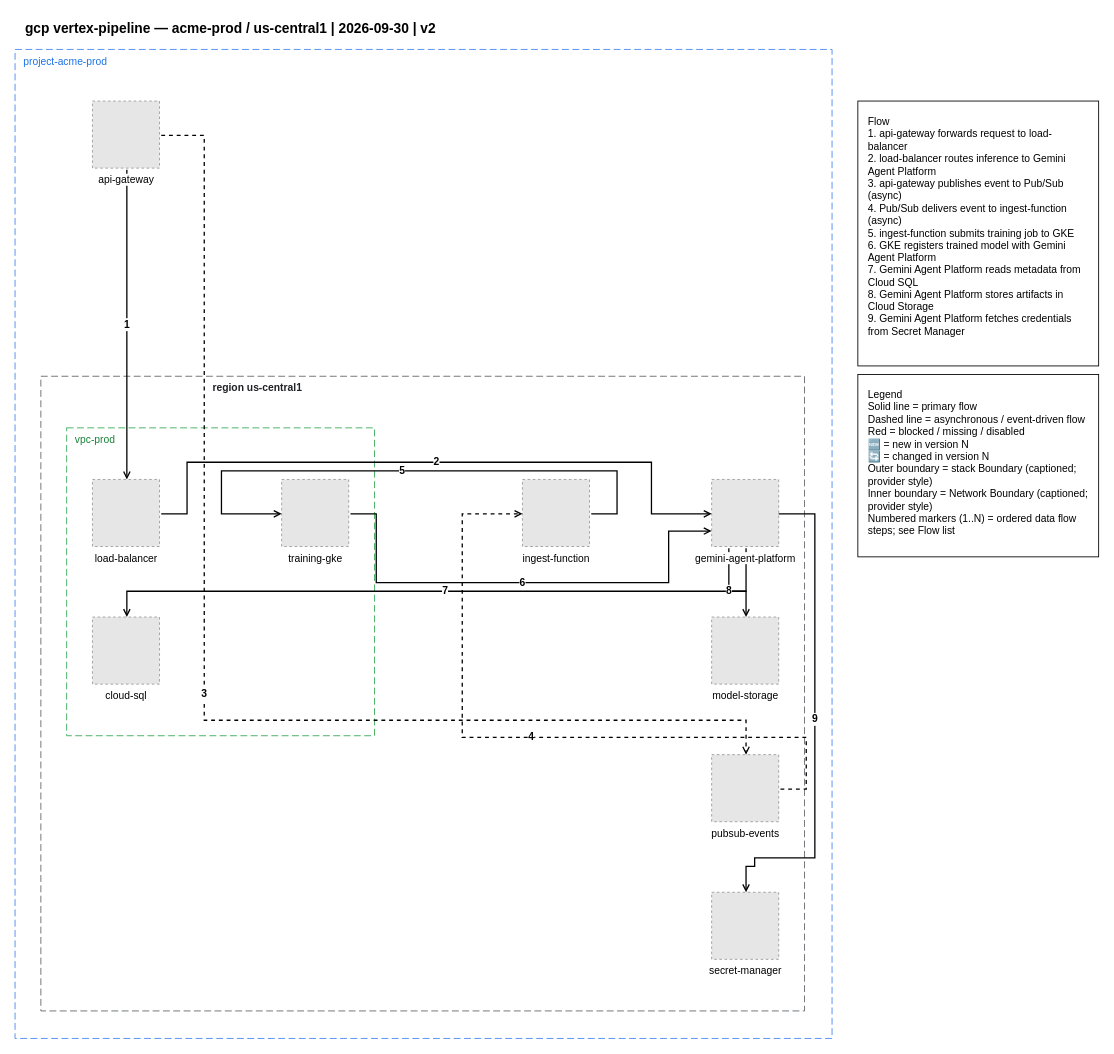
This is examples/gcp/01-gcp-vertex-pipeline.drawio from totoshko88/Cloud_Architecture, a draw.io file, before an edit. Source tidied: cells renumbered, new cells numbered last; positions are measured from the earlier drawing's top-left corner, leaving out a move shared by most shapes. Both pictures are drawn from the tidied source at 86%, with x=0, y=0 at pixel (15, 15). Pictures stored in the file or linked from it are replaced by grey dashed boxes.
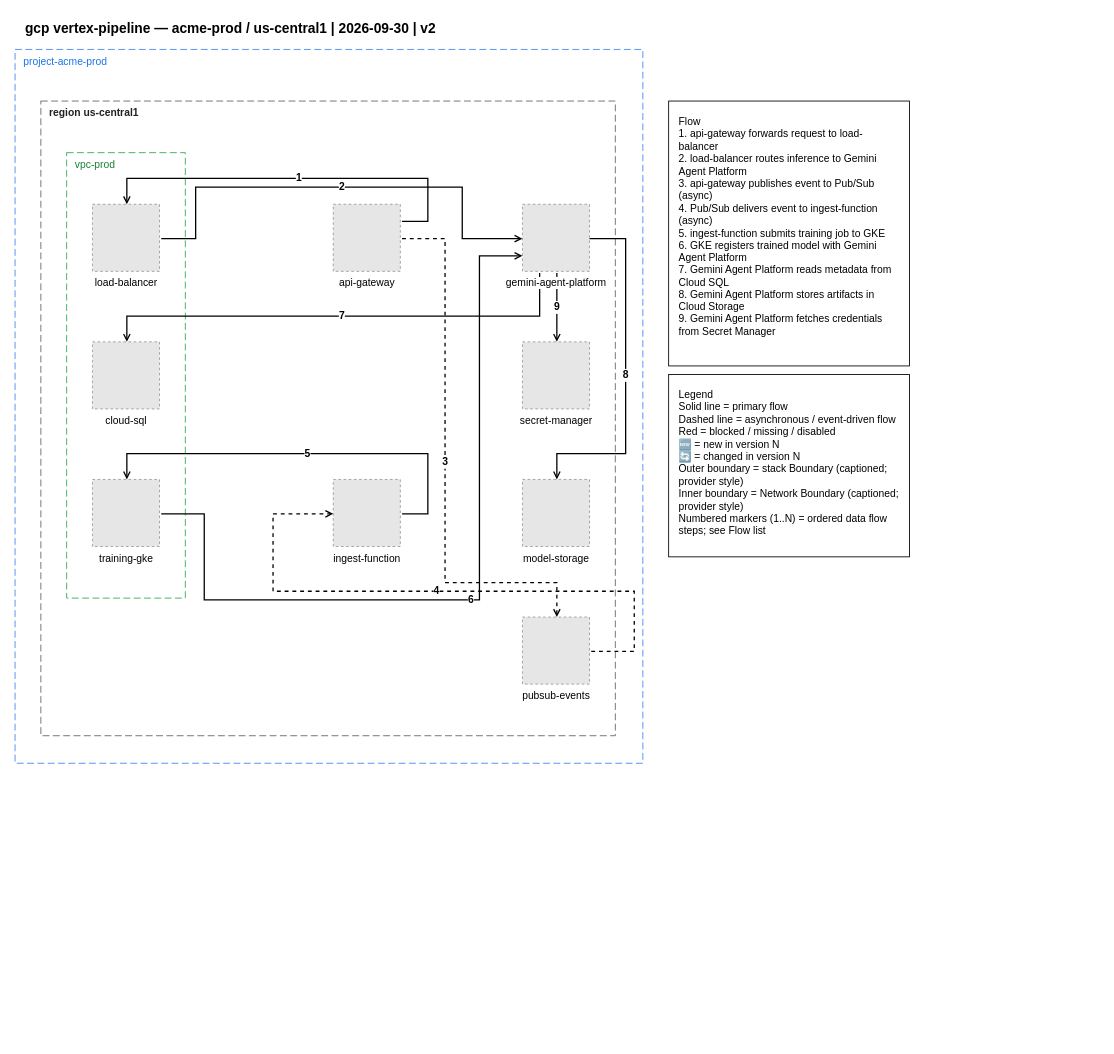
Above is the later version.

Change to the diagram source:
```diff
@@
     <mxCell id="3" value="project-acme-prod" style="rounded=0;whiteSpace=wrap;html=1;dashed=1;dashPattern=8 4;strokeColor=#4285F4;fillColor=none;verticalAlign=top;align=left;spacingLeft=8;fontColor=#1A73E8;fontSize=12;" parent="1" vertex="1">
-      <mxGeometry y="40" width="950" height="1150" as="geometry" />
+      <mxGeometry y="40" width="730" height="830" as="geometry" />
     </mxCell>
-    <mxCell id="4" value="region us-central1" style="rounded=0;whiteSpace=wrap;html=1;dashed=1;dashPattern=8 4;strokeColor=#5F6368;fillColor=none;verticalAlign=top;fontColor=#202124;fontStyle=1;fontSize=12;align=left;spacingLeft=198;" parent="1" vertex="1">
-      <mxGeometry x="30" y="420" width="888" height="738" as="geometry" />
+    <mxCell id="4" value="region us-central1" style="rounded=0;whiteSpace=wrap;html=1;dashed=1;dashPattern=8 4;strokeColor=#5F6368;fillColor=none;verticalAlign=top;align=left;spacingLeft=8;fontColor=#202124;fontStyle=1;fontSize=12;" parent="1" vertex="1">
+      <mxGeometry x="30" y="100" width="668" height="738" as="geometry" />
     </mxCell>
     <mxCell id="5" value="vpc-prod" style="rounded=0;whiteSpace=wrap;html=1;dashed=1;dashPattern=8 4;strokeColor=#34A853;fillColor=none;verticalAlign=top;align=left;spacingLeft=8;fontColor=#188038;fontSize=12;" parent="1" vertex="1">
-      <mxGeometry x="60" y="480" width="358" height="358" as="geometry" />
+      <mxGeometry x="60" y="160" width="138" height="518" as="geometry" />
     </mxCell>
-    <mxCell id="6" value="1" style="edgeStyle=orthogonalEdgeStyle;rounded=0;html=1;endArrow=open;endFill=0;strokeWidth=1.5;exitX=0.5128205128205128;exitY=1.0256410256410255;exitDx=0;exitDy=0;exitPerimeter=0;entryX=0.5128205128205128;entryY=0.0;entryDx=0;entryDy=0;fontSize=12;fontStyle=1;" parent="1" edge="1" source="9" target="10">
-      <mxGeometry relative="1" as="geometry" />
-    </mxCell>
-    <mxCell id="7" value="7" style="edgeStyle=orthogonalEdgeStyle;rounded=0;html=1;endArrow=open;endFill=0;strokeWidth=1.5;exitX=0.5128205128205128;exitY=1.0256410256410255;exitDx=0;exitDy=0;exitPerimeter=0;entryX=0.5128205128205128;entryY=0.0;entryDx=0;entryDy=0;fontSize=12;fontStyle=1;" parent="1" edge="1" source="15" target="12">
+    <mxCell id="7" value="7" style="edgeStyle=orthogonalEdgeStyle;rounded=0;html=1;endArrow=open;endFill=0;strokeWidth=1.5;exitX=0.2564102564102564;exitY=1.0256410256410255;exitDx=0;exitDy=0;exitPerimeter=0;entryX=0.5128205128205128;entryY=0.0;entryDx=0;entryDy=0;fontSize=12;fontStyle=1;" parent="1" edge="1" source="15" target="12">
       <mxGeometry relative="1" as="geometry">
         <Array as="points">
-          <mxPoint x="850" y="670" />
-          <mxPoint x="130" y="670" />
+          <mxPoint x="610" y="350" />
+          <mxPoint x="130" y="350" />
         </Array>
       </mxGeometry>
     </mxCell>
-    <mxCell id="8" value="8" style="edgeStyle=orthogonalEdgeStyle;rounded=0;html=1;endArrow=open;endFill=0;strokeWidth=1.5;exitX=0.2564102564102564;exitY=1.0256410256410255;exitDx=0;exitDy=0;exitPerimeter=0;entryX=0.5128205128205128;entryY=0.0;entryDx=0;entryDy=0;fontSize=12;fontStyle=1;" parent="1" edge="1" source="15" target="17">
-      <mxGeometry relative="1" as="geometry">
-        <Array as="points">
-          <mxPoint x="830" y="670" />
-          <mxPoint x="850" y="670" />
-        </Array>
-      </mxGeometry>
-    </mxCell>
+    <mxCell id="23" value="9" style="edgeStyle=orthogonalEdgeStyle;rounded=0;html=1;endArrow=open;endFill=0;strokeWidth=1.5;exitX=0.5128205128205128;exitY=1.0256410256410255;exitDx=0;exitDy=0;exitPerimeter=0;entryX=0.5128205128205128;entryY=0.0;entryDx=0;entryDy=0;fontSize=12;fontStyle=1;" parent="1" edge="1" source="15" target="16">
+      <mxGeometry relative="1" as="geometry" />
+    </mxCell>
-    <mxCell id="9" value="api-gateway" style="fillColor=#E6E6E6;strokeColor=#999999;dashed=1;verticalLabelPosition=bottom;verticalAlign=top;html=1;align=center;fontSize=12;labelBackgroundColor=#FFFFFF;" parent="1" vertex="1">
-      <mxGeometry x="90" y="100" width="78" height="78" as="geometry" />
+    <mxCell id="9" value="api-gateway" style="fillColor=#E6E6E6;strokeColor=#999999;dashed=1;verticalLabelPosition=bottom;verticalAlign=top;html=1;align=center;fontSize=12;" parent="1" vertex="1">
+      <mxGeometry x="370" y="220" width="78" height="78" as="geometry" />
     </mxCell>
     <mxCell id="10" value="load-balancer" style="fillColor=#E6E6E6;strokeColor=#999999;dashed=1;verticalLabelPosition=bottom;verticalAlign=top;html=1;align=center;fontSize=12;" parent="1" vertex="1">
-      <mxGeometry x="90" y="540" width="78" height="78" as="geometry" />
+      <mxGeometry x="90" y="220" width="78" height="78" as="geometry" />
     </mxCell>
     <mxCell id="11" value="training-gke" style="fillColor=#E6E6E6;strokeColor=#999999;dashed=1;verticalLabelPosition=bottom;verticalAlign=top;html=1;align=center;fontSize=12;" parent="1" vertex="1">
-      <mxGeometry x="310" y="540" width="78" height="78" as="geometry" />
+      <mxGeometry x="90" y="540" width="78" height="78" as="geometry" />
     </mxCell>
     <mxCell id="12" value="cloud-sql" style="fillColor=#E6E6E6;strokeColor=#999999;dashed=1;verticalLabelPosition=bottom;verticalAlign=top;html=1;align=center;fontSize=12;" parent="1" vertex="1">
-      <mxGeometry x="90" y="700" width="78" height="78" as="geometry" />
+      <mxGeometry x="90" y="380" width="78" height="78" as="geometry" />
     </mxCell>
     <mxCell id="13" value="pubsub-events" style="fillColor=#E6E6E6;strokeColor=#999999;dashed=1;verticalLabelPosition=bottom;verticalAlign=top;html=1;align=center;fontSize=12;" parent="1" vertex="1">
-      <mxGeometry x="810" y="860" width="78" height="78" as="geometry" />
+      <mxGeometry x="590" y="700" width="78" height="78" as="geometry" />
     </mxCell>
     <mxCell id="14" value="ingest-function" style="fillColor=#E6E6E6;strokeColor=#999999;dashed=1;verticalLabelPosition=bottom;verticalAlign=top;html=1;align=center;fontSize=12;" parent="1" vertex="1">
-      <mxGeometry x="590" y="540" width="78" height="78" as="geometry" />
+      <mxGeometry x="370" y="540" width="78" height="78" as="geometry" />
     </mxCell>
     <mxCell id="15" value="gemini-agent-platform" style="fillColor=#E6E6E6;strokeColor=#999999;dashed=1;verticalLabelPosition=bottom;verticalAlign=top;html=1;align=center;fontSize=12;labelBackgroundColor=#FFFFFF;" parent="1" vertex="1">
-      <mxGeometry x="810" y="540" width="78" height="78" as="geometry" />
+      <mxGeometry x="590" y="220" width="78" height="78" as="geometry" />
     </mxCell>
     <mxCell id="16" value="secret-manager" style="fillColor=#E6E6E6;strokeColor=#999999;dashed=1;verticalLabelPosition=bottom;verticalAlign=top;html=1;align=center;fontSize=12;" parent="1" vertex="1">
-      <mxGeometry x="810" y="1020" width="78" height="78" as="geometry" />
+      <mxGeometry x="590" y="380" width="78" height="78" as="geometry" />
     </mxCell>
     <mxCell id="17" value="model-storage" style="fillColor=#E6E6E6;strokeColor=#999999;dashed=1;verticalLabelPosition=bottom;verticalAlign=top;html=1;align=center;fontSize=12;" parent="1" vertex="1">
-      <mxGeometry x="810" y="700" width="78" height="78" as="geometry" />
+      <mxGeometry x="590" y="540" width="78" height="78" as="geometry" />
     </mxCell>
+    <mxCell id="6" value="1" style="edgeStyle=orthogonalEdgeStyle;rounded=0;html=1;endArrow=open;endFill=0;strokeWidth=1.5;exitX=1.0256410256410255;exitY=0.2564102564102564;exitDx=0;exitDy=0;exitPerimeter=0;entryX=0.5128205128205128;entryY=0.0;entryDx=0;entryDy=0;fontSize=12;fontStyle=1;" parent="1" edge="1" source="9" target="10">
+      <mxGeometry relative="1" as="geometry">
+        <Array as="points">
+          <mxPoint x="480" y="240" />
+          <mxPoint x="480" y="190" />
+          <mxPoint x="130" y="190" />
+        </Array>
+      </mxGeometry>
+    </mxCell>
     <mxCell id="18" value="2" style="edgeStyle=orthogonalEdgeStyle;rounded=0;html=1;endArrow=open;endFill=0;strokeWidth=1.5;exitX=1.0256410256410255;exitY=0.5128205128205128;exitDx=0;exitDy=0;exitPerimeter=0;entryX=0.0;entryY=0.5128205128205128;entryDx=0;entryDy=0;fontSize=12;fontStyle=1;" parent="1" edge="1" source="10" target="15">
       <mxGeometry relative="1" as="geometry">
         <Array as="points">
-          <mxPoint x="200" y="580" />
-          <mxPoint x="200" y="520" />
-          <mxPoint x="740" y="520" />
-          <mxPoint x="740" y="580" />
+          <mxPoint x="210" y="260" />
+          <mxPoint x="210" y="200" />
+          <mxPoint x="520" y="200" />
+          <mxPoint x="520" y="260" />
         </Array>
       </mxGeometry>
     </mxCell>
     <mxCell id="19" value="3" style="edgeStyle=orthogonalEdgeStyle;rounded=0;html=1;endArrow=open;endFill=0;strokeWidth=1.5;dashed=1;exitX=1.0256410256410255;exitY=0.5128205128205128;exitDx=0;exitDy=0;exitPerimeter=0;entryX=0.5128205128205128;entryY=0.0;entryDx=0;entryDy=0;fontSize=12;fontStyle=1;" parent="1" edge="1" source="9" target="13">
       <mxGeometry relative="1" as="geometry">
         <Array as="points">
-          <mxPoint x="220" y="140" />
-          <mxPoint x="220" y="820" />
-          <mxPoint x="850" y="820" />
+          <mxPoint x="500" y="260" />
+          <mxPoint x="500" y="660" />
+          <mxPoint x="630" y="660" />
         </Array>
       </mxGeometry>
     </mxCell>
     <mxCell id="20" value="4" style="edgeStyle=orthogonalEdgeStyle;rounded=0;html=1;endArrow=open;endFill=0;strokeWidth=1.5;dashed=1;exitX=1.0256410256410255;exitY=0.5128205128205128;exitDx=0;exitDy=0;exitPerimeter=0;entryX=0.0;entryY=0.5128205128205128;entryDx=0;entryDy=0;fontSize=12;fontStyle=1;" parent="1" edge="1" source="13" target="14">
       <mxGeometry relative="1" as="geometry">
         <Array as="points">
-          <mxPoint x="920" y="900" />
-          <mxPoint x="920" y="840" />
-          <mxPoint x="520" y="840" />
-          <mxPoint x="520" y="580" />
+          <mxPoint x="720" y="740" />
+          <mxPoint x="720" y="670" />
+          <mxPoint x="300" y="670" />
+          <mxPoint x="300" y="580" />
         </Array>
       </mxGeometry>
     </mxCell>
-    <mxCell id="21" value="5" style="edgeStyle=orthogonalEdgeStyle;rounded=0;html=1;endArrow=open;endFill=0;strokeWidth=1.5;exitX=1.0256410256410255;exitY=0.5128205128205128;exitDx=0;exitDy=0;exitPerimeter=0;entryX=0.0;entryY=0.5128205128205128;entryDx=0;entryDy=0;fontSize=12;fontStyle=1;" parent="1" edge="1" source="14" target="11">
+    <mxCell id="21" value="5" style="edgeStyle=orthogonalEdgeStyle;rounded=0;html=1;endArrow=open;endFill=0;strokeWidth=1.5;exitX=1.0256410256410255;exitY=0.5128205128205128;exitDx=0;exitDy=0;exitPerimeter=0;entryX=0.5128205128205128;entryY=0.0;entryDx=0;entryDy=0;fontSize=12;fontStyle=1;" parent="1" edge="1" source="14" target="11">
       <mxGeometry relative="1" as="geometry">
         <Array as="points">
-          <mxPoint x="700" y="580" />
-          <mxPoint x="700" y="530" />
-          <mxPoint x="240" y="530" />
-          <mxPoint x="240" y="580" />
+          <mxPoint x="480" y="580" />
+          <mxPoint x="480" y="510" />
+          <mxPoint x="130" y="510" />
         </Array>
       </mxGeometry>
     </mxCell>
     <mxCell id="22" value="6" style="edgeStyle=orthogonalEdgeStyle;rounded=0;html=1;endArrow=open;endFill=0;strokeWidth=1.5;exitX=1.0256410256410255;exitY=0.5128205128205128;exitDx=0;exitDy=0;exitPerimeter=0;entryX=0.0;entryY=0.7692307692307693;entryDx=0;entryDy=0;fontSize=12;fontStyle=1;" parent="1" edge="1" source="11" target="15">
       <mxGeometry relative="1" as="geometry">
         <Array as="points">
-          <mxPoint x="420" y="580" />
-          <mxPoint x="420" y="660" />
-          <mxPoint x="760" y="660" />
-          <mxPoint x="760" y="600" />
+          <mxPoint x="220" y="580" />
+          <mxPoint x="220" y="680" />
+          <mxPoint x="540" y="680" />
+          <mxPoint x="540" y="280" />
         </Array>
       </mxGeometry>
     </mxCell>
-    <mxCell id="23" value="9" style="edgeStyle=orthogonalEdgeStyle;rounded=0;html=1;endArrow=open;endFill=0;strokeWidth=1.5;exitX=1.0;exitY=0.5128205128205128;exitDx=0;exitDy=0;exitPerimeter=0;entryX=0.5128205128205128;entryY=0.0;entryDx=0;entryDy=0;fontSize=12;fontStyle=1;" parent="1" edge="1" source="15" target="16">
-      <mxGeometry relative="1" as="geometry">
-        <Array as="points">
-          <mxPoint x="930" y="580" />
-          <mxPoint x="930" y="980" />
-          <mxPoint x="860" y="980" />
-          <mxPoint x="860" y="990" />
-          <mxPoint x="850" y="990" />
-        </Array>
-      </mxGeometry>
-    </mxCell>
+    <mxCell id="8" value="8" style="edgeStyle=orthogonalEdgeStyle;rounded=0;html=1;endArrow=open;endFill=0;strokeWidth=1.5;exitX=1.0;exitY=0.5128205128205128;exitDx=0;exitDy=0;exitPerimeter=0;entryX=0.5128205128205128;entryY=0.0;entryDx=0;entryDy=0;fontSize=12;fontStyle=1;" parent="1" edge="1" source="15" target="17">
+      <mxGeometry relative="1" as="geometry">
+        <Array as="points">
+          <mxPoint x="710" y="260" />
+          <mxPoint x="710" y="510" />
+          <mxPoint x="630" y="510" />
+        </Array>
+      </mxGeometry>
+    </mxCell>
     <mxCell id="24" value="Flow&#10;1. api-gateway forwards request to load-balancer&#10;2. load-balancer routes inference to Gemini Agent Platform&#10;3. api-gateway publishes event to Pub/Sub (async)&#10;4. Pub/Sub delivers event to ingest-function (async)&#10;5. ingest-function submits training job to GKE&#10;6. GKE registers trained model with Gemini Agent Platform&#10;7. Gemini Agent Platform reads metadata from Cloud SQL&#10;8. Gemini Agent Platform stores artifacts in Cloud Storage&#10;9. Gemini Agent Platform fetches credentials from Secret Manager" style="text;html=1;align=left;verticalAlign=top;fontSize=12;whiteSpace=wrap;strokeColor=#000000;fillColor=#FFFFFF;spacingLeft=10;spacingRight=10;spacingTop=10;spacingBottom=10;" parent="1" vertex="1">
-      <mxGeometry x="980" y="100" width="280" height="308" as="geometry" />
+      <mxGeometry x="760" y="100" width="280" height="308" as="geometry" />
     </mxCell>
     <mxCell id="25" value="Legend&#10;Solid line = primary flow&#10;Dashed line = asynchronous / event-driven flow&#10;Red = blocked / missing / disabled&#10;🆕 = new in version N&#10;🔄 = changed in version N&#10;Outer boundary = stack Boundary (captioned; provider style)&#10;Inner boundary = Network Boundary (captioned; provider style)&#10;Numbered markers (1..N) = ordered data flow steps; see Flow list" style="text;html=1;align=left;verticalAlign=top;fontSize=12;whiteSpace=wrap;strokeColor=#000000;fillColor=#FFFFFF;spacingLeft=10;spacingRight=10;spacingTop=10;spacingBottom=10;" parent="1" vertex="1">
-      <mxGeometry x="980" y="418" width="280" height="212" as="geometry" />
+      <mxGeometry x="760" y="418" width="280" height="212" as="geometry" />
     </mxCell>
```
